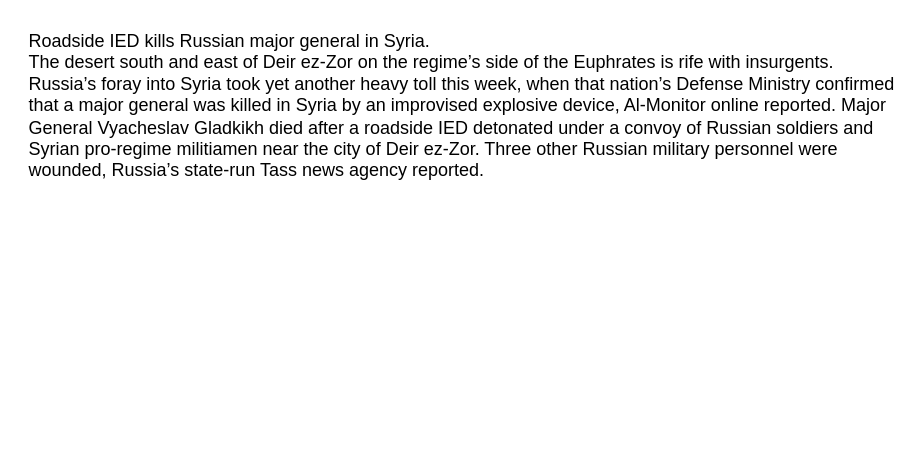
Before: Wikievent示意图.drawio in crawlerWPS/drawing, a draw.io diagram. Source tidied: cells renumbered, new cells numbered last; positions are measured from the earlier drawing's top-left corner, leaving out a move shared by most shapes. Both pictures are drawn from the tidied source at 150%, with x=0, y=0 at pixel (26, 26).
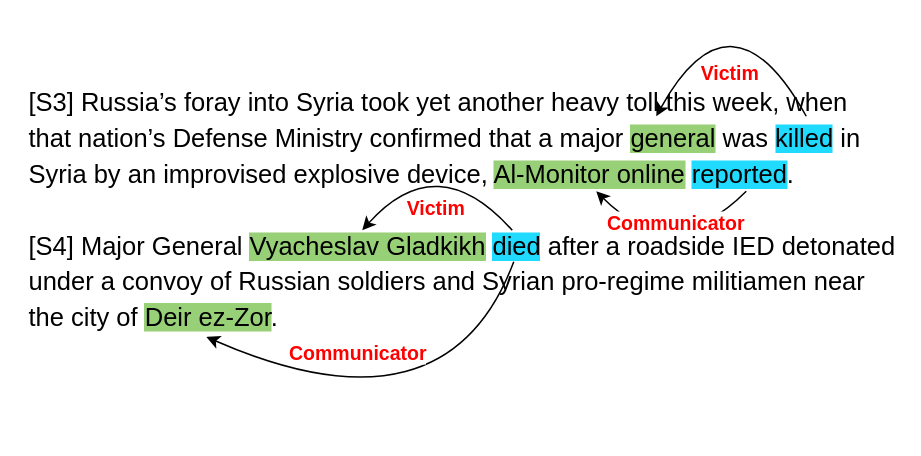
The same page after the edit.

Commit message (it also covers changes not shown here):
更新Wikievent示意图.drawio

Diff of the diagram source:
```diff
@@
-    <mxCell id="2" value="&lt;div&gt;Roadside IED kills Russian major general in Syria.&amp;nbsp;&lt;/div&gt;&lt;div&gt;The desert south and east of Deir ez-Zor on the regime’s side of the Euphrates is rife with insurgents.&lt;/div&gt;&lt;div&gt;Russia’s foray into Syria took yet another heavy toll this week, when that nation’s Defense Ministry confirmed that a major general was killed in Syria by an improvised explosive device, Al-Monitor online reported. Major General Vyacheslav Gladkikh died after a roadside IED detonated under a convoy of Russian soldiers and Syrian pro-regime militiamen near the city of Deir ez-Zor. Three other Russian military personnel were wounded, Russia’s state-run Tass news agency reported.&lt;/div&gt;&lt;div&gt;&lt;br&gt;&lt;/div&gt;" style="text;html=1;strokeColor=none;fillColor=none;align=left;verticalAlign=middle;whiteSpace=wrap;rounded=0;" parent="1" vertex="1">
-      <mxGeometry width="580" height="120" as="geometry" />
+    <mxCell id="2" value="&lt;div style=&quot;font-size: 17px; line-height: 140%;&quot;&gt;&lt;span style=&quot;background-color: initial;&quot;&gt;[S3] Russia’s foray into Syria took yet another heavy toll this week, when that nation’s Defense Ministry confirmed that a major &lt;/span&gt;&lt;span style=&quot;background-color: rgb(151, 208, 119);&quot;&gt;general&lt;/span&gt;&lt;span style=&quot;background-color: initial;&quot;&gt; was &lt;/span&gt;&lt;span style=&quot;background-color: rgb(33, 218, 255);&quot;&gt;killed&lt;/span&gt;&lt;span style=&quot;background-color: initial;&quot;&gt; in Syria by an improvised explosive device, &lt;/span&gt;&lt;span style=&quot;background-color: rgb(151, 208, 119);&quot;&gt;Al-Monitor online&lt;/span&gt;&lt;span style=&quot;background-color: initial;&quot;&gt; &lt;/span&gt;&lt;span style=&quot;background-color: rgb(33, 218, 255);&quot;&gt;reported&lt;/span&gt;&lt;span style=&quot;background-color: initial;&quot;&gt;.&amp;nbsp;&lt;/span&gt;&lt;br&gt;&lt;/div&gt;&lt;div style=&quot;font-size: 17px; line-height: 140%;&quot;&gt;&lt;span style=&quot;background-color: initial;&quot;&gt;&lt;br&gt;&lt;/span&gt;&lt;/div&gt;&lt;div style=&quot;font-size: 17px; line-height: 140%;&quot;&gt;&lt;font style=&quot;font-size: 17px;&quot;&gt;[S4] Major General &lt;span style=&quot;background-color: rgb(151, 208, 119);&quot;&gt;Vyacheslav Gladkikh&lt;/span&gt; &lt;span style=&quot;background-color: rgb(33, 218, 255);&quot;&gt;died&lt;/span&gt; after a roadside IED detonated under a convoy of Russian soldiers and Syrian pro-regime militiamen near the city of &lt;span style=&quot;background-color: rgb(151, 208, 119);&quot;&gt;Deir ez-Zor&lt;/span&gt;.&amp;nbsp;&lt;/font&gt;&lt;/div&gt;&lt;div style=&quot;font-size: 17px; line-height: 140%;&quot;&gt;&lt;br&gt;&lt;/div&gt;" style="text;html=1;strokeColor=none;fillColor=none;align=left;verticalAlign=middle;whiteSpace=wrap;rounded=0;" parent="1" vertex="1">
+      <mxGeometry width="580" height="270" as="geometry" />
     </mxCell>
+    <mxCell id="3" style="curved=1;endArrow=classic;html=1;rounded=0;" parent="1" edge="1">
+      <mxGeometry relative="1" as="geometry">
+        <mxPoint x="520" y="60" as="sourcePoint" />
+        <mxPoint x="420" y="60" as="targetPoint" />
+        <Array as="points">
+          <mxPoint x="470" y="-30" />
+        </Array>
+      </mxGeometry>
+    </mxCell>
+    <mxCell id="4" value="&lt;font style=&quot;font-size: 13px;&quot; color=&quot;#ff0000&quot;&gt;&lt;b&gt;Victim&lt;/b&gt;&lt;/font&gt;" style="edgeLabel;html=1;align=center;verticalAlign=middle;" parent="3" vertex="1">
+      <mxGeometry x="-0.1" y="-3" relative="1" as="geometry">
+        <mxPoint x="-9" y="53" as="offset" />
+      </mxGeometry>
+    </mxCell>
+    <mxCell id="5" style="curved=1;endArrow=classic;html=1;rounded=0;" parent="1" edge="1">
+      <mxGeometry relative="1" as="geometry">
+        <mxPoint x="480" y="110" as="sourcePoint" />
+        <mxPoint x="380" y="110" as="targetPoint" />
+        <Array as="points">
+          <mxPoint x="430" y="160" />
+        </Array>
+      </mxGeometry>
+    </mxCell>
+    <mxCell id="6" value="&lt;font size=&quot;1&quot; color=&quot;#ff0000&quot;&gt;&lt;b style=&quot;font-size: 13px;&quot;&gt;Communicator&lt;/b&gt;&lt;/font&gt;" style="edgeLabel;html=1;align=center;verticalAlign=middle;" parent="5" vertex="1">
+      <mxGeometry x="-0.1" y="-3" relative="1" as="geometry">
+        <mxPoint y="-23" as="offset" />
+      </mxGeometry>
+    </mxCell>
+    <mxCell id="7" style="curved=1;endArrow=classic;html=1;rounded=0;" parent="1" edge="1">
+      <mxGeometry relative="1" as="geometry">
+        <mxPoint x="324" y="136" as="sourcePoint" />
+        <mxPoint x="224" y="136" as="targetPoint" />
+        <Array as="points">
+          <mxPoint x="274" y="80" />
+        </Array>
+      </mxGeometry>
+    </mxCell>
+    <mxCell id="8" value="&lt;font style=&quot;font-size: 13px;&quot; color=&quot;#ff0000&quot;&gt;&lt;b&gt;Victim&lt;/b&gt;&lt;/font&gt;" style="edgeLabel;html=1;align=center;verticalAlign=middle;" parent="7" vertex="1">
+      <mxGeometry x="-0.1" y="-3" relative="1" as="geometry">
+        <mxPoint x="-8" y="37" as="offset" />
+      </mxGeometry>
+    </mxCell>
+    <mxCell id="9" style="curved=1;endArrow=classic;html=1;rounded=0;entryX=0.207;entryY=0.778;entryDx=0;entryDy=0;entryPerimeter=0;" parent="1" edge="1">
+      <mxGeometry relative="1" as="geometry">
+        <mxPoint x="325" y="157" as="sourcePoint" />
+        <mxPoint x="120.1" y="207.1" as="targetPoint" />
+        <Array as="points">
+          <mxPoint x="280" y="277" />
+        </Array>
+      </mxGeometry>
+    </mxCell>
+    <mxCell id="10" value="&lt;font size=&quot;1&quot; color=&quot;#ff0000&quot;&gt;&lt;b style=&quot;font-size: 13px;&quot;&gt;Communicator&lt;/b&gt;&lt;/font&gt;" style="edgeLabel;html=1;align=center;verticalAlign=middle;" parent="9" vertex="1">
+      <mxGeometry x="-0.1" y="-3" relative="1" as="geometry">
+        <mxPoint x="-54" y="-54" as="offset" />
+      </mxGeometry>
+    </mxCell>
```
